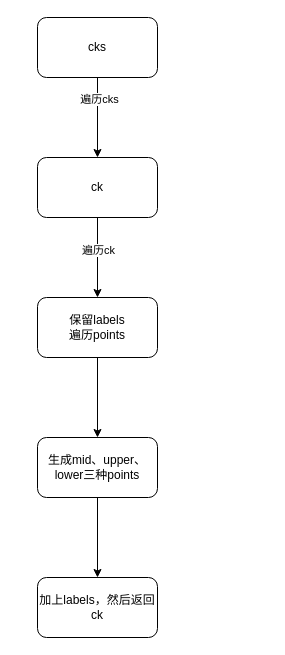
This is scraper.drawio from wupei-w/diagrams, a draw.io file, before an edit. Source tidied: cells renumbered, new cells numbered last; positions are measured from the earlier drawing's top-left corner, leaving out a move shared by most shapes. Both pictures are drawn from the tidied source at 100%, with x=0, y=0 at pixel (37, 17).
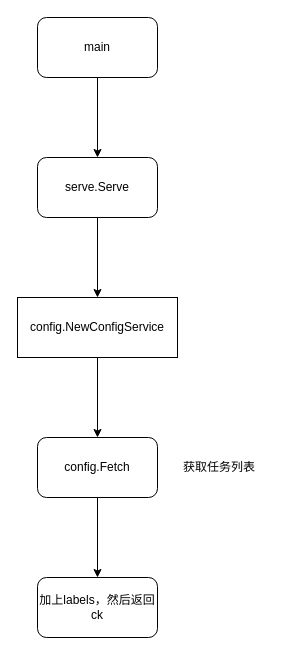
The same diagram, later.

The edit, as a diff of the source:
```diff
@@
 <mxGraphModel>
   <root>
     <mxCell id="0" />
     <mxCell id="1" parent="0" />
     <mxCell id="2" style="edgeStyle=orthogonalEdgeStyle;rounded=0;jettySize=auto;html=1;" parent="1" edge="1" source="4" target="7">
       <mxGeometry relative="1" as="geometry" />
     </mxCell>
-    <mxCell id="3" value="遍历cks" style="edgeLabel;html=1;align=center;verticalAlign=middle;" parent="2" vertex="1">
-      <mxGeometry x="-0.47" y="1" relative="1" as="geometry" />
-    </mxCell>
-    <mxCell id="4" value="cks" style="rounded=1;whiteSpace=wrap;html=1;" parent="1" vertex="1">
+    <mxCell id="4" value="main" style="rounded=1;whiteSpace=wrap;html=1;" parent="1" vertex="1">
       <mxGeometry width="120" height="60" as="geometry" />
     </mxCell>
     <mxCell id="5" style="edgeStyle=orthogonalEdgeStyle;rounded=0;jettySize=auto;html=1;" parent="1" edge="1" source="7" target="9">
       <mxGeometry relative="1" as="geometry" />
     </mxCell>
-    <mxCell id="6" value="遍历ck" style="edgeLabel;html=1;align=center;verticalAlign=middle;" parent="5" vertex="1">
-      <mxGeometry x="-0.19" relative="1" as="geometry" />
-    </mxCell>
-    <mxCell id="7" value="ck" style="rounded=1;whiteSpace=wrap;html=1;" parent="1" vertex="1">
+    <mxCell id="7" value="serve.Serve" style="rounded=1;whiteSpace=wrap;html=1;" parent="1" vertex="1">
       <mxGeometry y="140" width="120" height="60" as="geometry" />
     </mxCell>
     <mxCell id="8" style="edgeStyle=orthogonalEdgeStyle;rounded=0;jettySize=auto;html=1;" parent="1" edge="1" source="9" target="11">
       <mxGeometry relative="1" as="geometry" />
     </mxCell>
-    <mxCell id="9" value="保留labels&lt;br&gt;遍历points" style="rounded=1;whiteSpace=wrap;html=1;" parent="1" vertex="1">
-      <mxGeometry y="280" width="120" height="60" as="geometry" />
+    <mxCell id="9" value="config.NewConfigService" style="rounded=1;whiteSpace=wrap;html=1;arcSize=0;" parent="1" vertex="1">
+      <mxGeometry x="-20" y="280" width="160" height="60" as="geometry" />
     </mxCell>
     <mxCell id="10" style="edgeStyle=orthogonalEdgeStyle;rounded=0;jettySize=auto;html=1;" parent="1" edge="1" source="11" target="12">
       <mxGeometry relative="1" as="geometry" />
     </mxCell>
-    <mxCell id="11" value="生成mid、upper、lower三种points" style="rounded=1;whiteSpace=wrap;html=1;" parent="1" vertex="1">
+    <mxCell id="11" value="config.Fetch" style="rounded=1;whiteSpace=wrap;html=1;" parent="1" vertex="1">
       <mxGeometry y="420" width="120" height="60" as="geometry" />
     </mxCell>
     <mxCell id="12" value="加上labels，然后返回ck" style="rounded=1;whiteSpace=wrap;html=1;" parent="1" vertex="1">
       <mxGeometry y="560" width="120" height="60" as="geometry" />
     </mxCell>
+    <mxCell id="13" value="获取任务列表" style="text;html=1;strokeColor=none;fillColor=none;align=center;verticalAlign=middle;whiteSpace=wrap;rounded=0;" parent="1" vertex="1">
+      <mxGeometry x="134" y="435" width="96" height="30" as="geometry" />
+    </mxCell>
   </root>
 </mxGraphModel>
```
